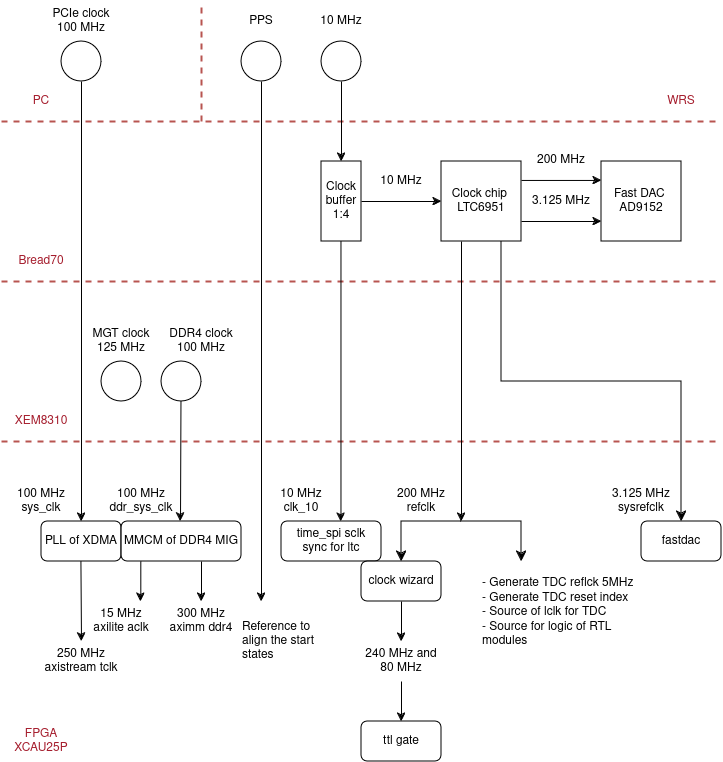
Above: general-doc/src/electronics/fpga/pics/clock_tree.png in Veriqloud/kiwi_doc (draw.io), before the change. Source tidied: cells renumbered, new cells last; positions are measured from the earlier drawing's top-left corner, leaving out a move shared by most shapes.
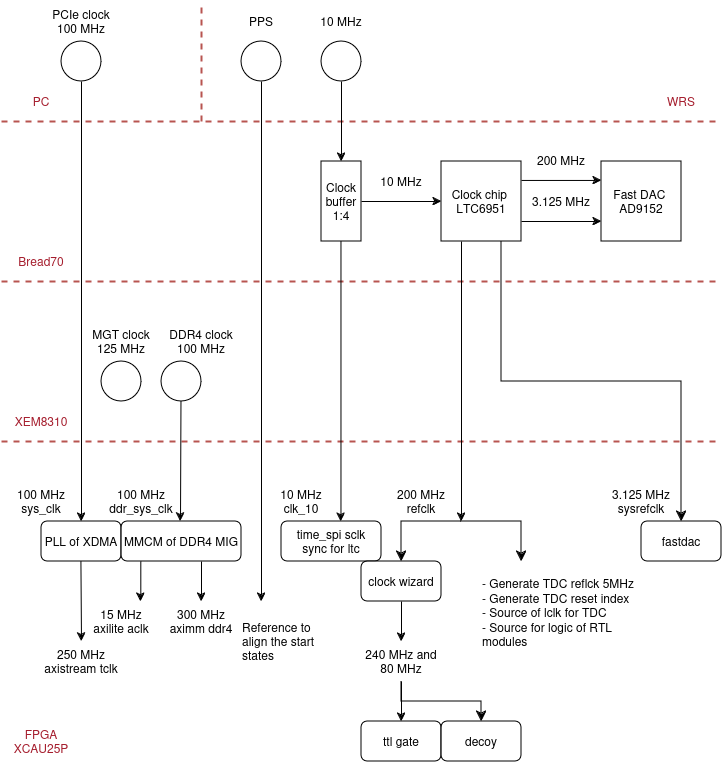
The same file after the commit.

Commit message:
add decoy part

The edit, as a diff of the source:
```diff
@@ -2,20 +2,20 @@
   <root>
     <mxCell id="0" />
     <mxCell id="1" parent="0" />
-    <mxCell id="2" style="endArrow=none;dashed=1;html=1;rounded=0;fillColor=#f8cecc;strokeColor=#b85450;strokeWidth=2;entryX=1;entryY=1;entryDx=0;entryDy=0;" parent="1" edge="1" target="3">
-      <mxGeometry relative="1" as="geometry">
-        <mxPoint y="120" as="sourcePoint" />
-      </mxGeometry>
-    </mxCell>
+    <mxCell id="61" style="endArrow=none;dashed=1;html=1;rounded=0;fillColor=#f8cecc;strokeColor=#b85450;strokeWidth=2;entryX=1;entryY=1;entryDx=0;entryDy=0;" parent="1" edge="1" target="3">
+      <mxGeometry relative="1" as="geometry">
+        <mxPoint y="120" as="sourcePoint" />
+      </mxGeometry>
+    </mxCell>
     <mxCell id="3" value="&lt;span style=&quot;color: light-dark(rgb(165, 29, 45), rgb(237, 237, 237));&quot;&gt;WRS&lt;/span&gt;" style="text;html=1;align=center;verticalAlign=middle;whiteSpace=wrap;rounded=0;" parent="1" vertex="1">
       <mxGeometry x="640" y="80" width="80" height="40" as="geometry" />
     </mxCell>
-    <mxCell id="4" style="endArrow=none;dashed=1;html=1;rounded=0;fillColor=#f8cecc;strokeColor=#b85450;strokeWidth=2;" parent="1" edge="1">
-      <mxGeometry relative="1" as="geometry">
-        <mxPoint y="280" as="sourcePoint" />
-        <mxPoint x="720" y="280" as="targetPoint" />
-      </mxGeometry>
-    </mxCell>
+    <mxCell id="62" style="endArrow=none;dashed=1;html=1;rounded=0;fillColor=#f8cecc;strokeColor=#b85450;strokeWidth=2;" parent="1" edge="1">
+      <mxGeometry relative="1" as="geometry">
+        <mxPoint y="280" as="sourcePoint" />
+        <mxPoint x="720" y="280" as="targetPoint" />
+      </mxGeometry>
+    </mxCell>
     <mxCell id="5" value="Clock buffer 1:4" style="rounded=0;whiteSpace=wrap;html=1;" parent="1" vertex="1">
       <mxGeometry x="320" y="160" width="40" height="80" as="geometry" />
     </mxCell>
@@ -49,12 +49,12 @@
     <mxCell id="15" style="endArrow=classic;html=1;rounded=0;entryX=0;entryY=0.75;entryDx=0;entryDy=0;exitX=1;exitY=0.75;exitDx=0;exitDy=0;" parent="1" edge="1" source="10" target="14">
       <mxGeometry relative="1" as="geometry" />
     </mxCell>
-    <mxCell id="16" style="endArrow=classic;html=1;rounded=0;entryX=0;entryY=0.75;entryDx=0;entryDy=0;exitX=1;exitY=0.75;exitDx=0;exitDy=0;" parent="1" edge="1">
-      <mxGeometry relative="1" as="geometry">
-        <mxPoint x="520" y="178.9" as="sourcePoint" />
-        <mxPoint x="600" y="178.9" as="targetPoint" />
-      </mxGeometry>
-    </mxCell>
+    <mxCell id="63" style="endArrow=classic;html=1;rounded=0;entryX=0;entryY=0.75;entryDx=0;entryDy=0;exitX=1;exitY=0.75;exitDx=0;exitDy=0;" parent="1" edge="1">
+      <mxGeometry relative="1" as="geometry">
+        <mxPoint x="520" y="178.9" as="sourcePoint" />
+        <mxPoint x="600" y="178.9" as="targetPoint" />
+      </mxGeometry>
+    </mxCell>
     <mxCell id="17" value="200 MHz" style="text;html=1;align=center;verticalAlign=middle;whiteSpace=wrap;rounded=0;" parent="1" vertex="1">
       <mxGeometry x="520" y="138.9" width="80" height="40" as="geometry" />
     </mxCell>
@@ -64,12 +64,12 @@
     <mxCell id="19" value="10 MHz" style="text;html=1;align=center;verticalAlign=middle;whiteSpace=wrap;rounded=0;" parent="1" vertex="1">
       <mxGeometry x="360" y="160" width="80" height="40" as="geometry" />
     </mxCell>
-    <mxCell id="20" style="endArrow=none;dashed=1;html=1;rounded=0;fillColor=#f8cecc;strokeColor=#b85450;strokeWidth=2;" parent="1" edge="1">
-      <mxGeometry relative="1" as="geometry">
-        <mxPoint y="440" as="sourcePoint" />
-        <mxPoint x="720" y="440" as="targetPoint" />
-      </mxGeometry>
-    </mxCell>
+    <mxCell id="64" style="endArrow=none;dashed=1;html=1;rounded=0;fillColor=#f8cecc;strokeColor=#b85450;strokeWidth=2;" parent="1" edge="1">
+      <mxGeometry relative="1" as="geometry">
+        <mxPoint y="440" as="sourcePoint" />
+        <mxPoint x="720" y="440" as="targetPoint" />
+      </mxGeometry>
+    </mxCell>
     <mxCell id="21" value="&lt;span style=&quot;color: light-dark(rgb(165, 29, 45), rgb(237, 237, 237));&quot;&gt;XEM8310&lt;/span&gt;" style="text;html=1;align=center;verticalAlign=middle;whiteSpace=wrap;rounded=0;" parent="1" vertex="1">
       <mxGeometry y="400" width="80" height="40" as="geometry" />
     </mxCell>
@@ -88,30 +88,30 @@
     <mxCell id="26" value="&lt;div&gt;3.125 MHz&lt;/div&gt;sysrefclk" style="text;html=1;align=center;verticalAlign=middle;whiteSpace=wrap;rounded=0;rotation=0;" parent="1" vertex="1">
       <mxGeometry x="600" y="480" width="80" height="40" as="geometry" />
     </mxCell>
-    <mxCell id="27" style="endArrow=classic;html=1;rounded=0;exitX=0.75;exitY=1;exitDx=0;exitDy=0;" parent="1" edge="1">
-      <mxGeometry relative="1" as="geometry">
-        <mxPoint x="460" y="240" as="sourcePoint" />
-        <mxPoint x="460" y="520" as="targetPoint" />
-      </mxGeometry>
-    </mxCell>
+    <mxCell id="65" style="endArrow=classic;html=1;rounded=0;exitX=0.75;exitY=1;exitDx=0;exitDy=0;" parent="1" edge="1">
+      <mxGeometry relative="1" as="geometry">
+        <mxPoint x="460" y="240" as="sourcePoint" />
+        <mxPoint x="460" y="520" as="targetPoint" />
+      </mxGeometry>
+    </mxCell>
     <mxCell id="28" value="&lt;div&gt;200 MHz&lt;/div&gt;refclk" style="text;html=1;align=center;verticalAlign=middle;whiteSpace=wrap;rounded=0;rotation=0;" parent="1" vertex="1">
       <mxGeometry x="380" y="480" width="80" height="40" as="geometry" />
     </mxCell>
-    <mxCell id="29" style="endArrow=classic;html=1;rounded=0;exitX=0.75;exitY=1;exitDx=0;exitDy=0;" parent="1" edge="1">
-      <mxGeometry relative="1" as="geometry">
-        <mxPoint x="339.5" y="240" as="sourcePoint" />
-        <mxPoint x="339.5" y="520" as="targetPoint" />
-      </mxGeometry>
-    </mxCell>
+    <mxCell id="66" style="endArrow=classic;html=1;rounded=0;exitX=0.75;exitY=1;exitDx=0;exitDy=0;" parent="1" edge="1">
+      <mxGeometry relative="1" as="geometry">
+        <mxPoint x="339.5" y="240" as="sourcePoint" />
+        <mxPoint x="339.5" y="520" as="targetPoint" />
+      </mxGeometry>
+    </mxCell>
     <mxCell id="30" value="&lt;div&gt;10 MHz&lt;/div&gt;clk_10" style="text;html=1;align=center;verticalAlign=middle;whiteSpace=wrap;rounded=0;rotation=0;" parent="1" vertex="1">
       <mxGeometry x="260" y="480" width="80" height="40" as="geometry" />
     </mxCell>
-    <mxCell id="31" style="endArrow=classic;html=1;rounded=0;exitX=0.75;exitY=1;exitDx=0;exitDy=0;" parent="1" edge="1">
-      <mxGeometry relative="1" as="geometry">
-        <mxPoint x="179.5" y="400" as="sourcePoint" />
-        <mxPoint x="179" y="520" as="targetPoint" />
-      </mxGeometry>
-    </mxCell>
+    <mxCell id="67" style="endArrow=classic;html=1;rounded=0;exitX=0.75;exitY=1;exitDx=0;exitDy=0;" parent="1" edge="1">
+      <mxGeometry relative="1" as="geometry">
+        <mxPoint x="179.5" y="400" as="sourcePoint" />
+        <mxPoint x="179" y="520" as="targetPoint" />
+      </mxGeometry>
+    </mxCell>
     <mxCell id="32" value="&lt;div&gt;100 MHz&lt;/div&gt;&lt;div&gt;ddr_sys_clk&lt;br&gt;&lt;/div&gt;" style="text;html=1;align=center;verticalAlign=middle;whiteSpace=wrap;rounded=0;rotation=0;" parent="1" vertex="1">
       <mxGeometry x="100" y="480" width="80" height="40" as="geometry" />
     </mxCell>
@@ -127,12 +127,12 @@
     <mxCell id="36" value="PLL of XDMA" style="rounded=1;whiteSpace=wrap;html=1;" parent="1" vertex="1">
       <mxGeometry x="40" y="520" width="80" height="40" as="geometry" />
     </mxCell>
-    <mxCell id="37" style="endArrow=none;dashed=1;html=1;rounded=0;strokeWidth=2;fillColor=#f8cecc;strokeColor=#b85450;" parent="1" edge="1">
-      <mxGeometry relative="1" as="geometry">
-        <mxPoint x="200" y="120" as="sourcePoint" />
-        <mxPoint x="200" as="targetPoint" />
-      </mxGeometry>
-    </mxCell>
+    <mxCell id="68" style="endArrow=none;dashed=1;html=1;rounded=0;strokeWidth=2;fillColor=#f8cecc;strokeColor=#b85450;" parent="1" edge="1">
+      <mxGeometry relative="1" as="geometry">
+        <mxPoint x="200" y="120" as="sourcePoint" />
+        <mxPoint x="200" as="targetPoint" />
+      </mxGeometry>
+    </mxCell>
     <mxCell id="38" style="endArrow=classic;html=1;rounded=0;exitX=0.5;exitY=1;exitDx=0;exitDy=0;" parent="1" edge="1" source="34" target="36">
       <mxGeometry relative="1" as="geometry" />
     </mxCell>
@@ -142,47 +142,47 @@
     <mxCell id="40" value="&lt;div&gt;100 MHz&lt;/div&gt;&lt;div&gt;sys_clk&lt;br&gt;&lt;/div&gt;" style="text;html=1;align=center;verticalAlign=middle;whiteSpace=wrap;rounded=0;rotation=0;" parent="1" vertex="1">
       <mxGeometry y="480" width="80" height="40" as="geometry" />
     </mxCell>
-    <mxCell id="41" style="endArrow=classic;html=1;rounded=0;exitX=0.75;exitY=1;exitDx=0;exitDy=0;entryX=0.5;entryY=0;entryDx=0;entryDy=0;" parent="1" edge="1" target="42">
-      <mxGeometry relative="1" as="geometry">
-        <mxPoint x="79.4" y="560" as="sourcePoint" />
-      </mxGeometry>
-    </mxCell>
+    <mxCell id="69" style="endArrow=classic;html=1;rounded=0;exitX=0.75;exitY=1;exitDx=0;exitDy=0;entryX=0.5;entryY=0;entryDx=0;entryDy=0;" parent="1" edge="1" target="42">
+      <mxGeometry relative="1" as="geometry">
+        <mxPoint x="79.4" y="560" as="sourcePoint" />
+      </mxGeometry>
+    </mxCell>
     <mxCell id="42" value="&lt;div&gt;250 MHz&lt;/div&gt;&lt;div&gt;axistream tclk&lt;br&gt;&lt;/div&gt;" style="text;html=1;align=center;verticalAlign=middle;whiteSpace=wrap;rounded=0;" parent="1" vertex="1">
       <mxGeometry x="40" y="640" width="80" height="40" as="geometry" />
     </mxCell>
     <mxCell id="43" value="&lt;div&gt;15 MHz&lt;/div&gt;axilite aclk" style="text;html=1;align=center;verticalAlign=middle;whiteSpace=wrap;rounded=0;" parent="1" vertex="1">
       <mxGeometry x="80" y="600" width="80" height="40" as="geometry" />
     </mxCell>
-    <mxCell id="44" style="endArrow=classic;html=1;rounded=0;exitX=0.5;exitY=1;exitDx=0;exitDy=0;entryX=0.5;entryY=0;entryDx=0;entryDy=0;" parent="1" edge="1">
-      <mxGeometry relative="1" as="geometry">
-        <mxPoint x="139.3" y="560" as="sourcePoint" />
-        <mxPoint x="139.3" y="600" as="targetPoint" />
-      </mxGeometry>
-    </mxCell>
-    <mxCell id="45" style="edgeStyle=elbowEdgeStyle;elbow=vertical;endArrow=classic;html=1;curved=0;rounded=0;endSize=8;startSize=8;exitX=0.75;exitY=1;exitDx=0;exitDy=0;" parent="1" edge="1" source="10">
-      <mxGeometry relative="1" as="geometry">
-        <mxPoint x="680" y="520" as="targetPoint" />
-        <Array as="points">
-          <mxPoint x="610" y="380" />
-        </Array>
-      </mxGeometry>
-    </mxCell>
+    <mxCell id="70" style="endArrow=classic;html=1;rounded=0;exitX=0.5;exitY=1;exitDx=0;exitDy=0;entryX=0.5;entryY=0;entryDx=0;entryDy=0;" parent="1" edge="1">
+      <mxGeometry relative="1" as="geometry">
+        <mxPoint x="139.3" y="560" as="sourcePoint" />
+        <mxPoint x="139.3" y="600" as="targetPoint" />
+      </mxGeometry>
+    </mxCell>
+    <mxCell id="71" style="edgeStyle=elbowEdgeStyle;elbow=vertical;endArrow=classic;html=1;curved=0;rounded=0;endSize=8;startSize=8;exitX=0.75;exitY=1;exitDx=0;exitDy=0;" parent="1" edge="1" source="10">
+      <mxGeometry relative="1" as="geometry">
+        <mxPoint x="680" y="520" as="targetPoint" />
+        <Array as="points">
+          <mxPoint x="610" y="380" />
+        </Array>
+      </mxGeometry>
+    </mxCell>
     <mxCell id="46" value="fastdac" style="rounded=1;whiteSpace=wrap;html=1;" parent="1" vertex="1">
       <mxGeometry x="640" y="520" width="80" height="40" as="geometry" />
     </mxCell>
     <mxCell id="47" value="&lt;div&gt;time_spi sclk&lt;br&gt;&lt;/div&gt;&lt;div&gt;sync for ltc&lt;br&gt;&lt;/div&gt;" style="rounded=1;whiteSpace=wrap;html=1;" parent="1" vertex="1">
       <mxGeometry x="280" y="520" width="100" height="40" as="geometry" />
     </mxCell>
-    <mxCell id="48" style="edgeStyle=segmentEdgeStyle;endArrow=classic;html=1;curved=0;rounded=0;endSize=8;startSize=8;exitX=1;exitY=1;exitDx=0;exitDy=0;" parent="1" edge="1" source="28">
-      <mxGeometry relative="1" as="geometry">
-        <mxPoint x="520" y="560" as="targetPoint" />
-      </mxGeometry>
-    </mxCell>
-    <mxCell id="49" style="edgeStyle=segmentEdgeStyle;endArrow=classic;html=1;curved=0;rounded=0;endSize=8;startSize=8;exitX=1;exitY=1;exitDx=0;exitDy=0;" parent="1" edge="1" source="28">
-      <mxGeometry relative="1" as="geometry">
-        <mxPoint x="400" y="560" as="targetPoint" />
-      </mxGeometry>
-    </mxCell>
+    <mxCell id="72" style="edgeStyle=segmentEdgeStyle;endArrow=classic;html=1;curved=0;rounded=0;endSize=8;startSize=8;exitX=1;exitY=1;exitDx=0;exitDy=0;" parent="1" edge="1" source="28">
+      <mxGeometry relative="1" as="geometry">
+        <mxPoint x="520" y="560" as="targetPoint" />
+      </mxGeometry>
+    </mxCell>
+    <mxCell id="73" style="edgeStyle=segmentEdgeStyle;endArrow=classic;html=1;curved=0;rounded=0;endSize=8;startSize=8;exitX=1;exitY=1;exitDx=0;exitDy=0;" parent="1" edge="1" source="28">
+      <mxGeometry relative="1" as="geometry">
+        <mxPoint x="400" y="560" as="targetPoint" />
+      </mxGeometry>
+    </mxCell>
     <mxCell id="50" value="clock wizard" style="rounded=1;whiteSpace=wrap;html=1;" parent="1" vertex="1">
       <mxGeometry x="360" y="560" width="80" height="40" as="geometry" />
     </mxCell>
@@ -192,37 +192,49 @@
     <mxCell id="52" style="endArrow=classic;html=1;rounded=0;exitX=0.5;exitY=1;exitDx=0;exitDy=0;" parent="1" edge="1" source="50" target="51">
       <mxGeometry relative="1" as="geometry" />
     </mxCell>
-    <mxCell id="53" style="endArrow=classic;html=1;rounded=0;exitX=0.5;exitY=1;exitDx=0;exitDy=0;" parent="1" edge="1" source="51">
-      <mxGeometry relative="1" as="geometry">
-        <mxPoint x="400" y="720" as="targetPoint" />
-      </mxGeometry>
-    </mxCell>
+    <mxCell id="74" style="endArrow=classic;html=1;rounded=0;exitX=0.5;exitY=1;exitDx=0;exitDy=0;" parent="1" edge="1" source="51">
+      <mxGeometry relative="1" as="geometry">
+        <mxPoint x="400" y="720" as="targetPoint" />
+      </mxGeometry>
+    </mxCell>
     <mxCell id="54" value="ttl gate" style="rounded=1;whiteSpace=wrap;html=1;" parent="1" vertex="1">
       <mxGeometry x="360" y="720" width="80" height="40" as="geometry" />
     </mxCell>
     <mxCell id="55" value="&lt;div align=&quot;left&quot;&gt;- Generate TDC reflck 5MHz&lt;/div&gt;&lt;div align=&quot;left&quot;&gt;- Generate TDC reset index&lt;/div&gt;&lt;div align=&quot;left&quot;&gt;- Source of lclk for TDC&lt;br&gt;&lt;/div&gt;&lt;div align=&quot;left&quot;&gt;- Source for logic of RTL modules&lt;/div&gt;&lt;div align=&quot;left&quot;&gt;&lt;br&gt;&lt;/div&gt;&lt;div align=&quot;left&quot;&gt;&lt;br&gt;&lt;/div&gt;&lt;div align=&quot;left&quot;&gt;&lt;br&gt;&lt;/div&gt;&lt;div align=&quot;left&quot;&gt;&lt;br&gt;&lt;/div&gt;" style="text;html=1;align=center;verticalAlign=middle;whiteSpace=wrap;rounded=0;" parent="1" vertex="1">
       <mxGeometry x="480" y="560" width="170" height="160" as="geometry" />
     </mxCell>
-    <mxCell id="56" style="endArrow=classic;html=1;rounded=0;exitX=0.75;exitY=1;exitDx=0;exitDy=0;" parent="1" edge="1">
-      <mxGeometry relative="1" as="geometry">
-        <mxPoint x="260" y="80" as="sourcePoint" />
-        <mxPoint x="260" y="600" as="targetPoint" />
-      </mxGeometry>
-    </mxCell>
+    <mxCell id="75" style="endArrow=classic;html=1;rounded=0;exitX=0.75;exitY=1;exitDx=0;exitDy=0;" parent="1" edge="1">
+      <mxGeometry relative="1" as="geometry">
+        <mxPoint x="260" y="80" as="sourcePoint" />
+        <mxPoint x="260" y="600" as="targetPoint" />
+      </mxGeometry>
+    </mxCell>
     <mxCell id="57" value="&lt;div align=&quot;left&quot;&gt;Reference to align the start states&lt;br&gt;&lt;/div&gt;" style="text;html=1;align=center;verticalAlign=middle;whiteSpace=wrap;rounded=0;" parent="1" vertex="1">
       <mxGeometry x="240" y="600" width="80" height="80" as="geometry" />
     </mxCell>
     <mxCell id="58" value="&lt;span style=&quot;color: light-dark(rgb(165, 29, 45), rgb(237, 237, 237));&quot;&gt;FPGA&lt;/span&gt; &lt;span style=&quot;color: light-dark(rgb(165, 29, 45), rgb(237, 237, 237));&quot;&gt;XCAU25P&lt;/span&gt;" style="text;html=1;align=center;verticalAlign=middle;whiteSpace=wrap;rounded=0;" parent="1" vertex="1">
       <mxGeometry y="720" width="80" height="40" as="geometry" />
     </mxCell>
-    <mxCell id="59" style="endArrow=classic;html=1;rounded=0;exitX=0.5;exitY=1;exitDx=0;exitDy=0;entryX=0.5;entryY=0;entryDx=0;entryDy=0;" parent="1" edge="1">
-      <mxGeometry relative="1" as="geometry">
-        <mxPoint x="200" y="560" as="sourcePoint" />
-        <mxPoint x="200" y="600" as="targetPoint" />
-      </mxGeometry>
-    </mxCell>
+    <mxCell id="76" style="endArrow=classic;html=1;rounded=0;exitX=0.5;exitY=1;exitDx=0;exitDy=0;entryX=0.5;entryY=0;entryDx=0;entryDy=0;" parent="1" edge="1">
+      <mxGeometry relative="1" as="geometry">
+        <mxPoint x="200" y="560" as="sourcePoint" />
+        <mxPoint x="200" y="600" as="targetPoint" />
+      </mxGeometry>
+    </mxCell>
     <mxCell id="60" value="&lt;div&gt;300 MHz&lt;/div&gt;aximm ddr4" style="text;html=1;align=center;verticalAlign=middle;whiteSpace=wrap;rounded=0;" parent="1" vertex="1">
       <mxGeometry x="160" y="600" width="80" height="40" as="geometry" />
     </mxCell>
+    <mxCell id="77" value="decoy" style="rounded=1;whiteSpace=wrap;html=1;" parent="1" vertex="1">
+      <mxGeometry x="440" y="720" width="80" height="40" as="geometry" />
+    </mxCell>
+    <mxCell id="78" style="edgeStyle=segmentEdgeStyle;endArrow=classic;html=1;curved=0;rounded=0;endSize=8;startSize=8;exitX=0.5;exitY=1;exitDx=0;exitDy=0;" parent="1" edge="1" source="51">
+      <mxGeometry relative="1" as="geometry">
+        <mxPoint x="480" y="720" as="targetPoint" />
+        <Array as="points">
+          <mxPoint x="400" y="700" />
+          <mxPoint x="480" y="700" />
+        </Array>
+      </mxGeometry>
+    </mxCell>
   </root>
 </mxGraphModel>
```
